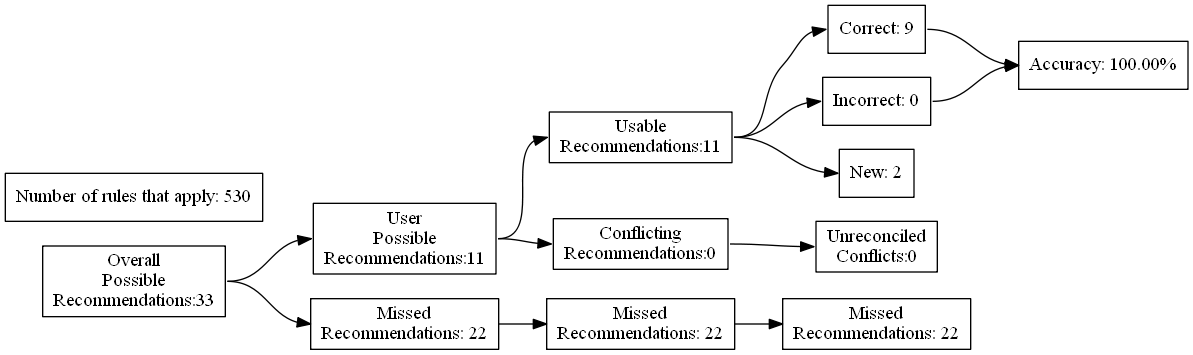
The Graphviz diagram test_renders/80.gv.png in ZaxR/ibd_diet_analysis, before a commit. Its source is kept beside it as test_renders/80.gv.
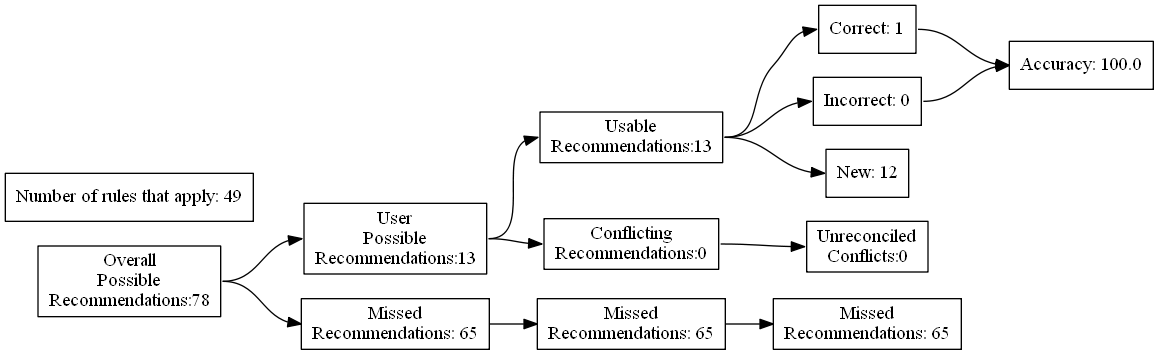
Later version of the same file.

Diff of the diagram source:
```diff
@@ -4,27 +4,27 @@
 	edge [headport=w tailport=e]
 		A [label="Overall
 Possible
-Recommendations:33"]
+Recommendations:78"]
 		B [label="User
 Possible
-Recommendations:11"]
+Recommendations:13"]
 		C [label="Missed
-Recommendations: 22"]
+Recommendations: 65"]
 		D [label="Usable
-Recommendations:11"]
+Recommendations:13"]
 		E [label="Conflicting
 Recommendations:0"]
 		J [label="Missed
-Recommendations: 22"]
+Recommendations: 65"]
 		M [label="Unreconciled
 Conflicts:0"]
-		F [label="Correct: 9"]
+		F [label="Correct: 1"]
 		G [label="Incorrect: 0"]
-		H [label="New: 2"]
+		H [label="New: 12"]
 		K [label="Missed
-Recommendations: 22"]
-		I [label="Accuracy: 100.00%"]
-		l [label="Number of rules that apply: 530"]
+Recommendations: 65"]
+		I [label="Accuracy: 100.0"]
+		l [label="Number of rules that apply: 49"]
 			A -> B
 			A -> C
 			B -> D
```
